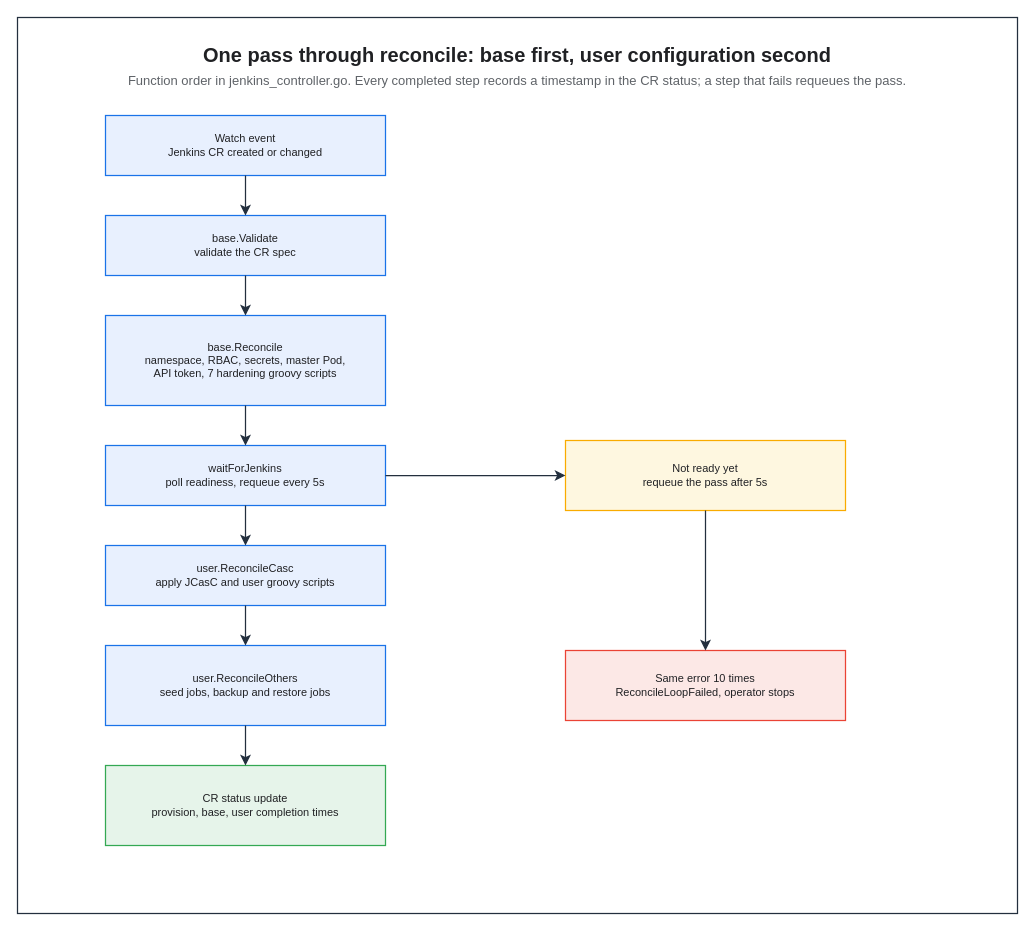
KKamJi98/kkamji98.github.io keeps this draw.io diagram as assets/img/ci-cd/jenkins/jenkins-operator/jenkins-operator-reconcile-walkthrough.drawio. Above is the earlier version. Source tidied: cells renumbered, new cells numbered last; positions are measured from the earlier drawing's top-left corner, leaving out a move shared by most shapes. Both pictures are drawn from the tidied source at 100%, with x=0, y=0 at pixel (17, 17).
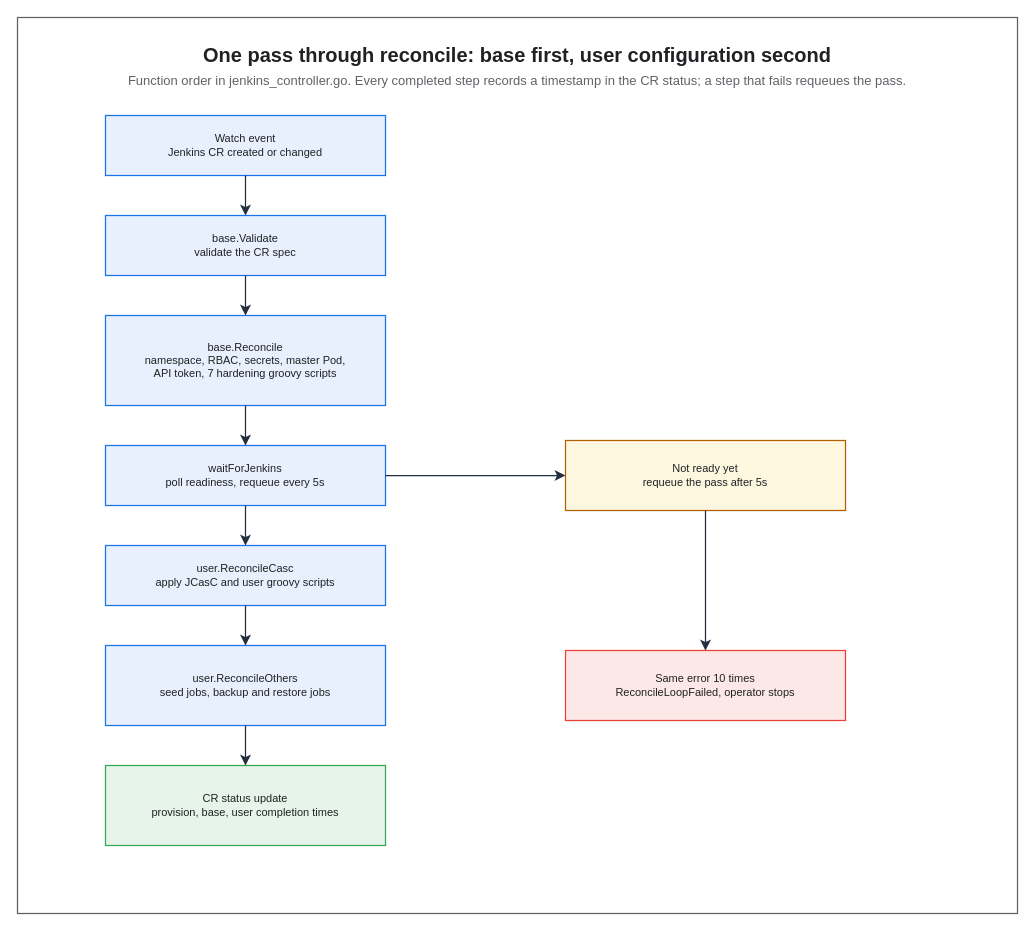
Above is the later version.

What changed in the source:
```diff
@@
-    <mxCell id="2" style="rounded=0;html=0;fillColor=none;strokeColor=#232F3E;fontColor=#202124;strokeWidth=1.25;" parent="1" vertex="1">
+    <mxCell id="2" style="rounded=0;html=0;fillColor=none;strokeColor=#5F6368;fontColor=#202124;strokeWidth=1.25;" parent="1" vertex="1">
       <mxGeometry width="1000" height="896" as="geometry" />
     </mxCell>
@@
-    <mxCell id="12" value="Not ready yet&#10;requeue the pass after 5s" style="rounded=0;whiteSpace=wrap;html=0;fillColor=#FEF7E0;strokeColor=#F9AB00;fontColor=#202124;fontSize=11;fontStyle=0;align=center;verticalAlign=middle;strokeWidth=1.25;" parent="1" vertex="1">
+    <mxCell id="12" value="Not ready yet&#10;requeue the pass after 5s" style="rounded=0;whiteSpace=wrap;html=0;fillColor=#FEF7E0;strokeColor=#B06000;fontColor=#202124;fontSize=11;fontStyle=0;align=center;verticalAlign=middle;strokeWidth=1.25;" parent="1" vertex="1">
       <mxGeometry x="548" y="423" width="280" height="70" as="geometry" />
     </mxCell>
```
